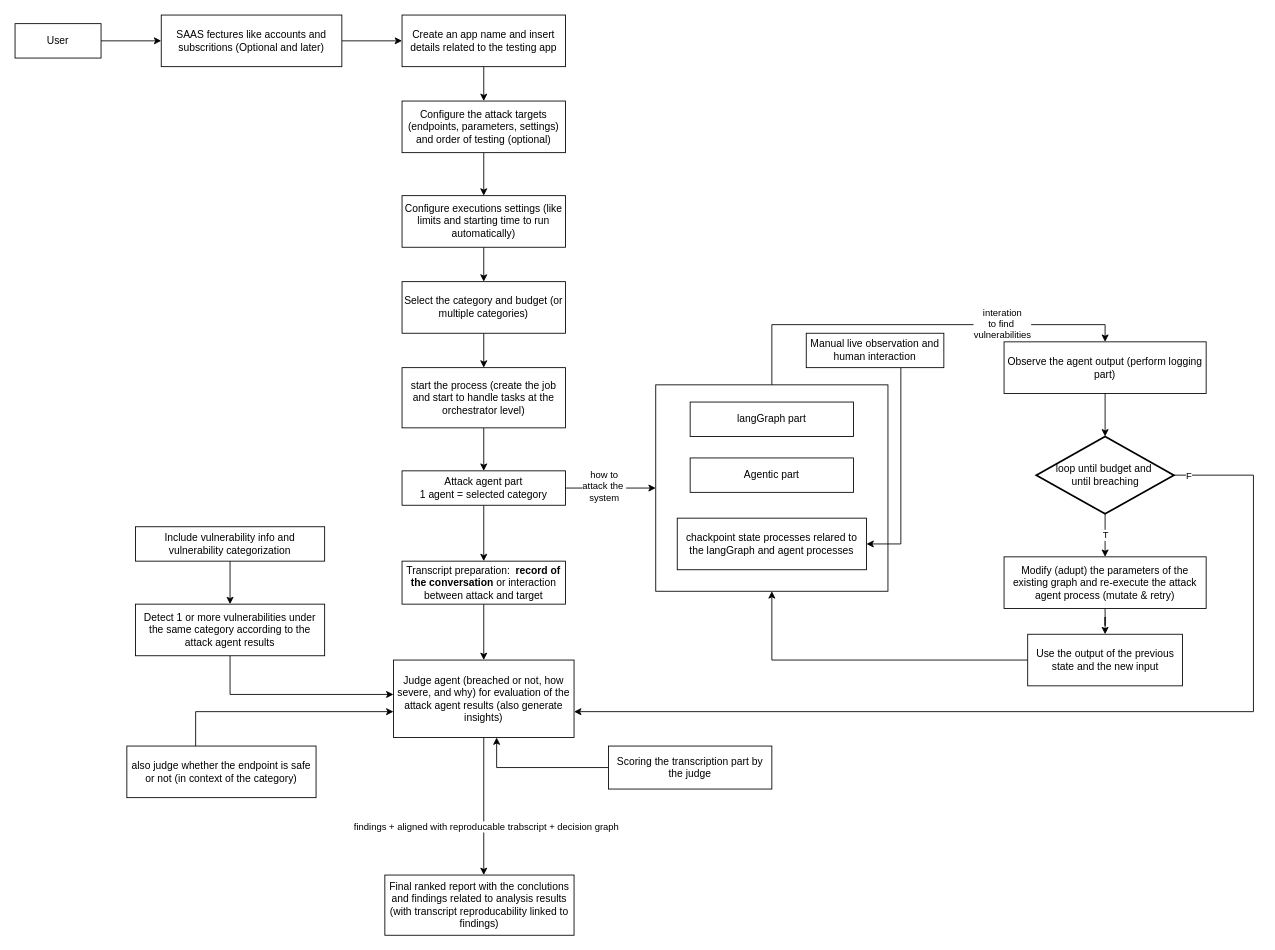
The draw.io diagram docs/User flow.drawio in MrRaveen/Red-line, before the edit. Source tidied: cells renumbered, new cells numbered last; positions are measured from the earlier drawing's top-left corner, leaving out a move shared by most shapes. Both pictures are drawn from the tidied source at 86%, with x=0, y=0 at pixel (15, 15).
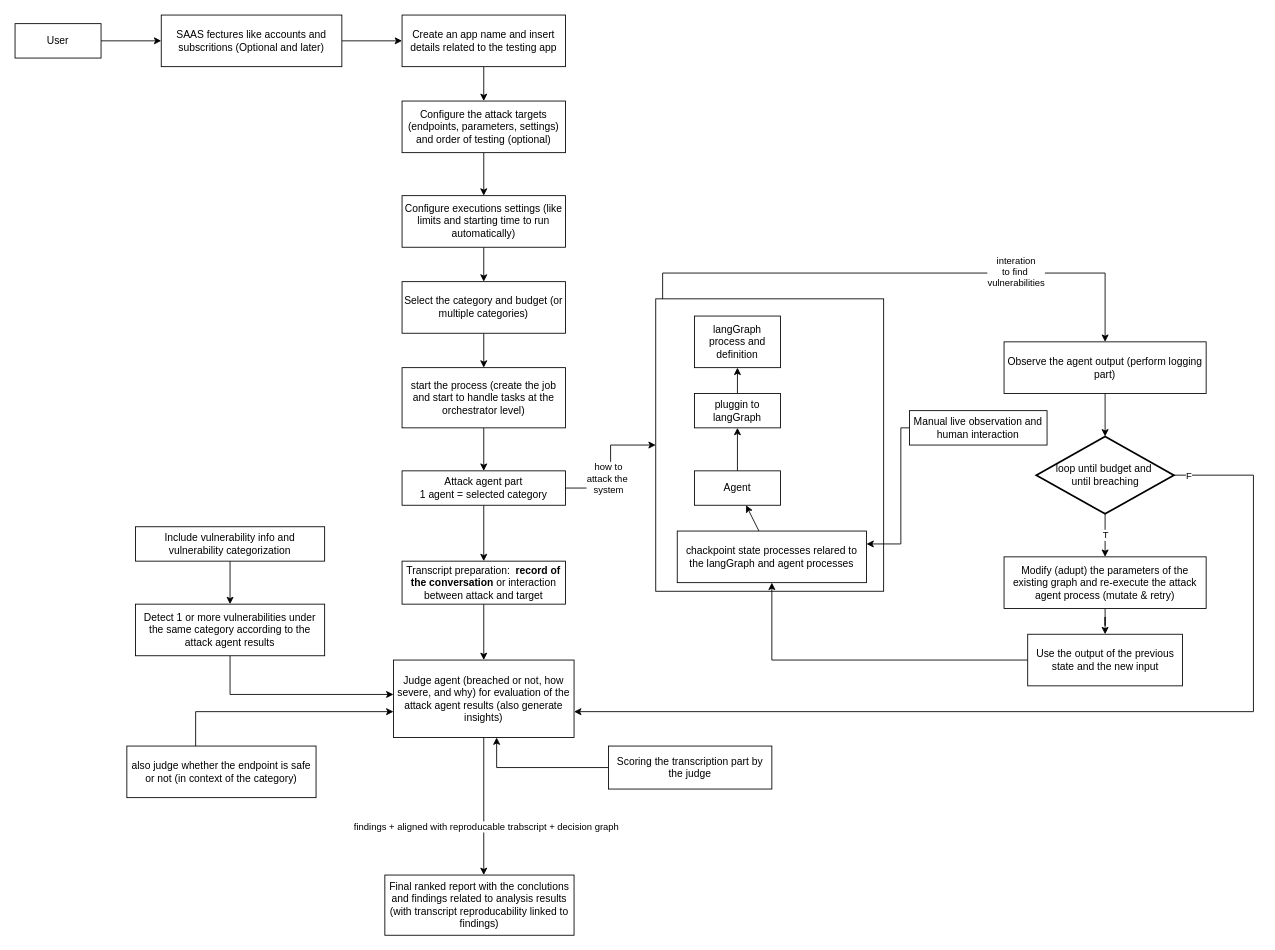
Above is the later version.

The change refers to these unchanged cells:
```xml
<mxCell id="29" value="Observe the agent output (perform logging part)" style="whiteSpace=wrap;html=1;align=center;" parent="1" vertex="1">
  <mxGeometry x="1150" y="380" width="235" height="60" as="geometry" />
</mxCell>
<mxCell id="32" value="Use the output of the previous state and the new input" style="whiteSpace=wrap;html=1;align=center;" parent="1" vertex="1">
  <mxGeometry x="1177.5" y="720" width="180" height="60" as="geometry" />
</mxCell>
```

The edit, as a diff of the source:
```diff
@@
-    <mxCell id="18" value="langGraph part" style="whiteSpace=wrap;html=1;align=center;" parent="1" vertex="1">
-      <mxGeometry x="785" y="450" width="190" height="40" as="geometry" />
-    </mxCell>
-    <mxCell id="19" value="Agentic part" style="whiteSpace=wrap;html=1;align=center;" parent="1" vertex="1">
-      <mxGeometry x="785" y="515" width="190" height="40" as="geometry" />
-    </mxCell>
     <mxCell id="20" style="edgeStyle=orthogonalEdgeStyle;rounded=0;jettySize=auto;html=1;entryX=0.5;entryY=0;entryDx=0;entryDy=0;" parent="1" edge="1" source="22" target="29">
       <mxGeometry relative="1" as="geometry">
         <Array as="points">
-          <mxPoint x="880" y="360" />
-          <mxPoint x="1268" y="360" />
+          <mxPoint x="753" y="300" />
+          <mxPoint x="1267" y="300" />
         </Array>
       </mxGeometry>
     </mxCell>
@@
     <mxCell id="22" style="rounded=0;whiteSpace=wrap;html=1;fillColor=none;" parent="1" vertex="1">
-      <mxGeometry x="745" y="430" width="270" height="240" as="geometry" />
+      <mxGeometry x="745" y="330" width="265" height="340" as="geometry" />
     </mxCell>
@@
+    <mxCell id="52" style="edgeStyle=none;html=1;" parent="1" edge="1" source="30" target="54">
+      <mxGeometry relative="1" as="geometry" />
+    </mxCell>
     <mxCell id="30" value="chackpoint state processes relared to the langGraph and agent processes" style="whiteSpace=wrap;html=1;align=center;" parent="1" vertex="1">
-      <mxGeometry x="770" y="585" width="220" height="60" as="geometry" />
+      <mxGeometry x="770" y="600" width="220" height="60" as="geometry" />
     </mxCell>
-    <mxCell id="31" style="edgeStyle=orthogonalEdgeStyle;rounded=0;jettySize=auto;html=1;" parent="1" edge="1" source="32" target="22">
+    <mxCell id="31" style="edgeStyle=orthogonalEdgeStyle;rounded=0;jettySize=auto;html=1;" parent="1" edge="1" source="32" target="30">
       <mxGeometry relative="1" as="geometry" />
     </mxCell>
@@
     <mxCell id="38" value="Manual live observation and human interaction" style="whiteSpace=wrap;html=1;align=center;" parent="1" vertex="1">
-      <mxGeometry x="920" y="370" width="160" height="40" as="geometry" />
+      <mxGeometry x="1040" y="460" width="160" height="40" as="geometry" />
     </mxCell>
@@
+    <mxCell id="53" style="edgeStyle=none;html=1;" parent="1" edge="1" source="54" target="56">
+      <mxGeometry relative="1" as="geometry" />
+    </mxCell>
+    <mxCell id="54" value="Agent" style="whiteSpace=wrap;html=1;align=center;" parent="1" vertex="1">
+      <mxGeometry x="790" y="530" width="100" height="40" as="geometry" />
+    </mxCell>
+    <mxCell id="55" style="edgeStyle=none;html=1;" parent="1" edge="1" source="56" target="57">
+      <mxGeometry relative="1" as="geometry" />
+    </mxCell>
+    <mxCell id="56" value="pluggin to langGraph" style="whiteSpace=wrap;html=1;align=center;" parent="1" vertex="1">
+      <mxGeometry x="790" y="440" width="100" height="40" as="geometry" />
+    </mxCell>
+    <mxCell id="57" value="langGraph process and definition" style="whiteSpace=wrap;html=1;align=center;" parent="1" vertex="1">
+      <mxGeometry x="790" y="350" width="100" height="60" as="geometry" />
+    </mxCell>
```
